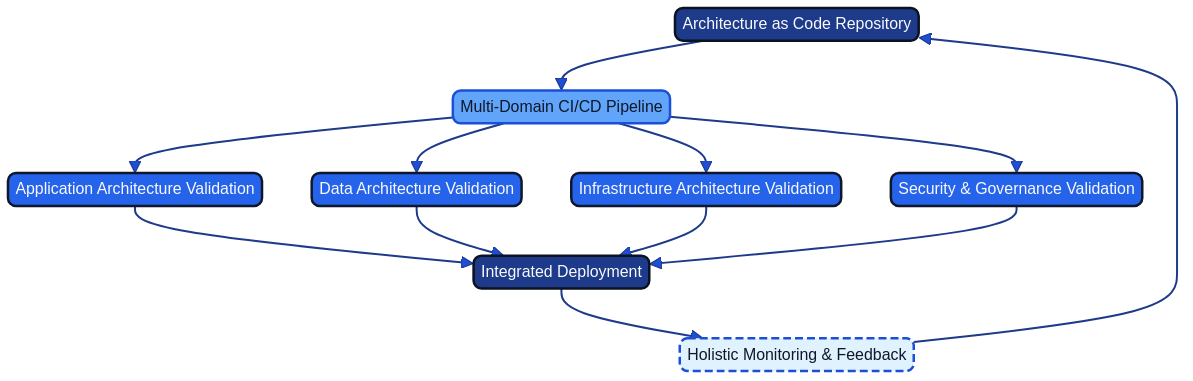
Above: docs/images/diagram_08_chapter6.png in Geonitab/architecture_as_code (Mermaid), before the change. Its source is kept beside it as docs/images/diagram_08_chapter6.mmd. Its diagram source:
```mermaid
graph TB
    A[Architecture as Code Repository]:::kv-primary --> B[Multi-Domain CI/CD Pipeline]:::kv-highlight
    B --> C[Application Architecture Validation]:::kv-accent
    B --> D[Data Architecture Validation]:::kv-accent
    B --> E[Infrastructure Architecture Validation]:::kv-accent
    B --> F[Security & Governance Validation]:::kv-accent
    C --> G[Integrated Deployment]:::kv-primary
    D --> G
    E --> G
    F --> G
    G --> H[Holistic Monitoring & Feedback]:::kv-muted
    H --> A
```
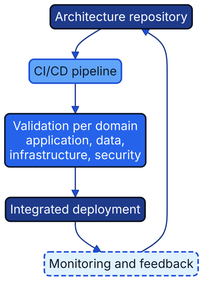
The same diagram one commit later.

The edit, as a diff of the source:
```diff
@@ -1,12 +1,6 @@
 graph TB
-    A[Architecture as Code Repository]:::kv-primary --> B[Multi-Domain CI/CD Pipeline]:::kv-highlight
-    B --> C[Application Architecture Validation]:::kv-accent
-    B --> D[Data Architecture Validation]:::kv-accent
-    B --> E[Infrastructure Architecture Validation]:::kv-accent
-    B --> F[Security & Governance Validation]:::kv-accent
-    C --> G[Integrated Deployment]:::kv-primary
-    D --> G
-    E --> G
-    F --> G
-    G --> H[Holistic Monitoring & Feedback]:::kv-muted
+    A[Architecture repository]:::kv-primary --> B[CI/CD pipeline]:::kv-highlight
+    B --> C["Validation per domain<br/>application, data,<br/>infrastructure, security"]:::kv-accent
+    C --> G[Integrated deployment]:::kv-primary
+    G --> H[Monitoring and feedback]:::kv-muted
     H --> A
```
